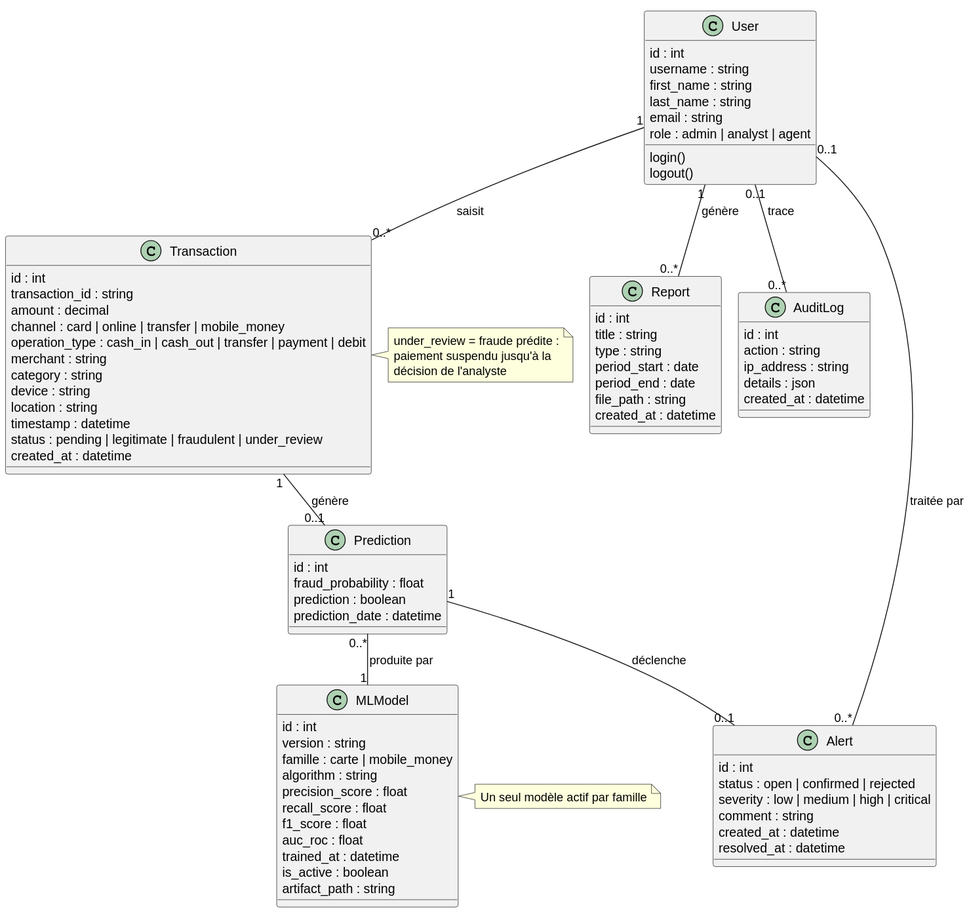
This is docs/conception/uml/class_diagram_CORRIGE.svg from dlouisesophie-debug/plateforme-fraude-bancaire, a PlantUML export, as it was before one commit. Source of this version:
```plantuml
@startuml
!pragma layout smetana

class User {
  id : int
  username : string
  first_name : string
  last_name : string
  email : string
  role : admin | analyst | agent
  login()
  logout()
}

class Transaction {
  id : int
  transaction_id : string
  amount : decimal
  channel : card | online | transfer | mobile_money
  operation_type : cash_in | cash_out | transfer | payment | debit
  merchant : string
  category : string
  device : string
  location : string
  timestamp : datetime
  status : pending | legitimate | fraudulent | under_review
  created_at : datetime
}

class Prediction {
  id : int
  fraud_probability : float
  prediction : boolean
  prediction_date : datetime
}

class Alert {
  id : int
  status : open | confirmed | rejected
  severity : low | medium | high | critical
  comment : string
  created_at : datetime
  resolved_at : datetime
}

class MLModel {
  id : int
  version : string
  famille : carte | mobile_money
  algorithm : string
  precision_score : float
  recall_score : float
  f1_score : float
  auc_roc : float
  trained_at : datetime
  is_active : boolean
  artifact_path : string
}

class Report {
  id : int
  title : string
  type : string
  period_start : date
  period_end : date
  file_path : string
  created_at : datetime
}

class AuditLog {
  id : int
  action : string
  ip_address : string
  details : json
  created_at : datetime
}

User "1" -- "0..*" Transaction : saisit >
Transaction "1" -- "0..1" Prediction : génère >
Prediction "1" -- "0..1" Alert : déclenche >
Alert "0..*" -- "0..1" User : traitée par >
Prediction "0..*" -- "1" MLModel : produite par >
User "1" -- "0..*" Report : génère >
User "0..1" -- "0..*" AuditLog : trace >

note right of Transaction
  under_review = fraude prédite :
  paiement suspendu jusqu'à la
  décision de l'analyste
end note
note right of MLModel
  Un seul modèle actif par famille
end note
@enduml
```
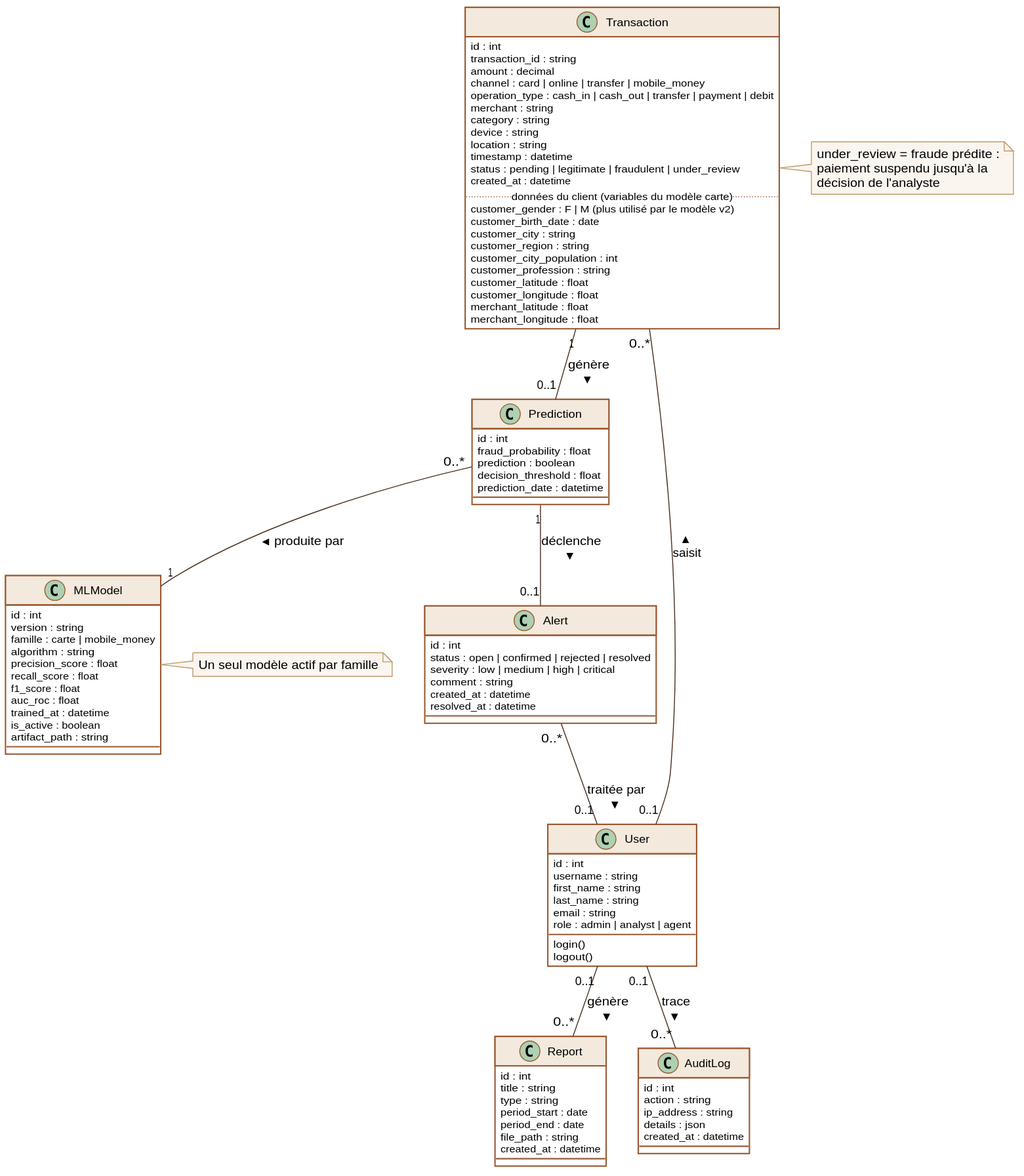
Later version of the same file.

The edit, as a diff of the source:
```diff
@@ -1,4 +1,28 @@
 @startuml
+skinparam defaultFontName Arial
+skinparam backgroundColor #FFFFFF
+skinparam shadowing false
+skinparam ArrowColor #4A2E1B
+skinparam classBackgroundColor #FFFFFF
+skinparam classBorderColor #995932
+skinparam classHeaderBackgroundColor #F3E9DD
+skinparam packageBorderColor #4A2E1B
+skinparam componentBorderColor #995932
+skinparam componentBackgroundColor #FFFFFF
+skinparam nodeBorderColor #4A2E1B
+skinparam nodeBackgroundColor #FAF5EF
+skinparam usecaseBorderColor #995932
+skinparam usecaseBackgroundColor #FFFFFF
+skinparam actorBorderColor #4A2E1B
+skinparam activityBorderColor #995932
+skinparam activityBackgroundColor #FFFFFF
+skinparam activityDiamondBorderColor #C19A6B
+skinparam sequenceParticipantBorderColor #995932
+skinparam sequenceParticipantBackgroundColor #FFFFFF
+skinparam sequenceLifeLineBorderColor #C19A6B
+skinparam noteBackgroundColor #FAF5EF
+skinparam noteBorderColor #C19A6B
+skinparam databaseBorderColor #4A2E1B
 !pragma layout smetana
 
 class User {
@@ -25,18 +49,30 @@
   timestamp : datetime
   status : pending | legitimate | fraudulent | under_review
   created_at : datetime
+  .. données du client (variables du modèle carte) ..
+  customer_gender : F | M (plus utilisé par le modèle v2)
+  customer_birth_date : date
+  customer_city : string
+  customer_region : string
+  customer_city_population : int
+  customer_profession : string
+  customer_latitude : float
+  customer_longitude : float
+  merchant_latitude : float
+  merchant_longitude : float
 }
 
 class Prediction {
   id : int
   fraud_probability : float
   prediction : boolean
+  decision_threshold : float
   prediction_date : datetime
 }
 
 class Alert {
   id : int
-  status : open | confirmed | rejected
+  status : open | confirmed | rejected | resolved
   severity : low | medium | high | critical
   comment : string
   created_at : datetime
@@ -75,12 +111,12 @@
   created_at : datetime
 }
 
-User "1" -- "0..*" Transaction : saisit >
+User "0..1" -- "0..*" Transaction : saisit >
 Transaction "1" -- "0..1" Prediction : génère >
 Prediction "1" -- "0..1" Alert : déclenche >
 Alert "0..*" -- "0..1" User : traitée par >
 Prediction "0..*" -- "1" MLModel : produite par >
-User "1" -- "0..*" Report : génère >
+User "0..1" -- "0..*" Report : génère >
 User "0..1" -- "0..*" AuditLog : trace >
 
 note right of Transaction
```
